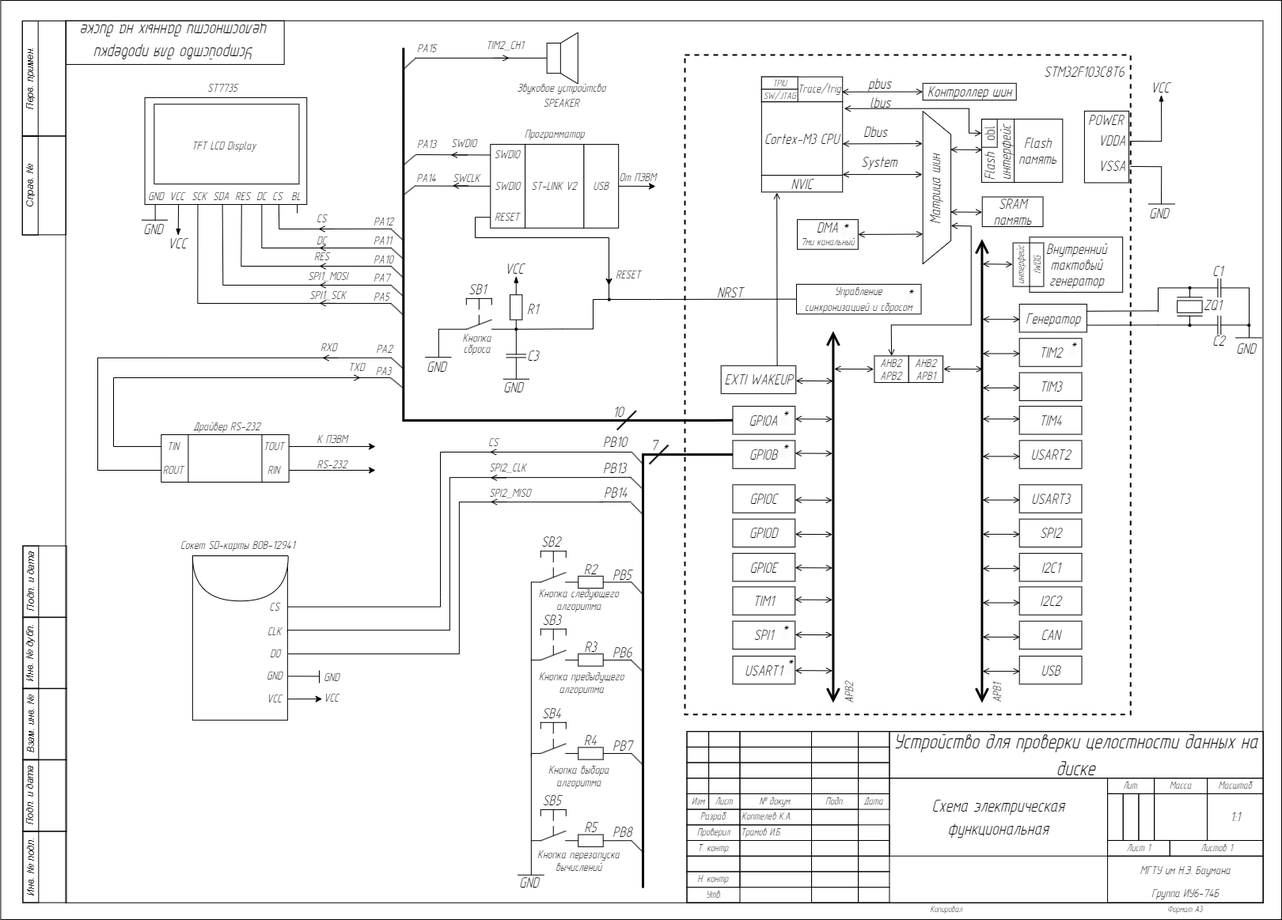
The draw.io diagram scheme/image/functional_scheme.drawio.png in kiryuha21/KoptelevKA.ICS6-74B.2023, before a commit. Source tidied: cells renumbered, new cells last; positions are measured from the earlier drawing's top-left corner, leaving out a move shared by most shapes.
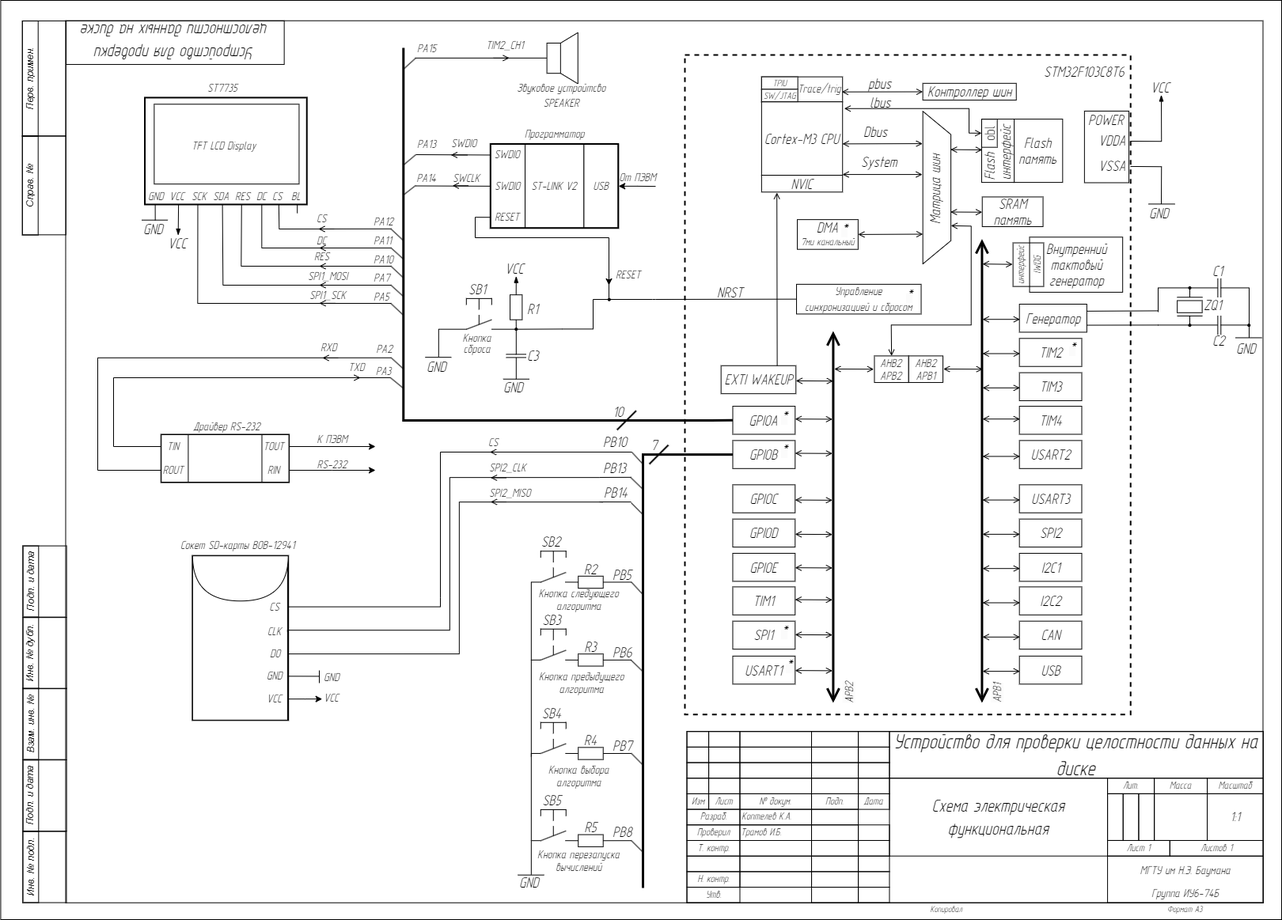
The same diagram one commit later.

What changed in the source:
```diff
@@ -383,7 +383,7 @@
     <mxCell id="108" style="group;" parent="1" vertex="1">
       <mxGeometry x="197.8" y="99.1" width="218.2" height="158.9" as="geometry" />
     </mxCell>
-    <mxCell id="109" style="rounded=0;whiteSpace=wrap;html=1;" parent="108" vertex="1">
+    <mxCell id="109" style="rounded=0;whiteSpace=wrap;html=1;strokeWidth=2;" parent="108" vertex="1">
       <mxGeometry x="19.7" y="23.8" width="204.7" height="135.1" as="geometry" />
     </mxCell>
     <mxCell id="110" value="&lt;div style=&quot;text-align: center;&quot;&gt;&lt;font face=&quot;GOSTRUS Type A&quot;&gt;&lt;span style=&quot;font-size: 16px;&quot;&gt;GND&lt;/span&gt;&lt;/font&gt;&lt;/div&gt;" style="text;whiteSpace=wrap;html=1;fontStyle=2;" parent="108" vertex="1">
@@ -1700,7 +1700,7 @@
       <mxGeometry x="996.9" y="112.4" width="45.8" height="15.7" as="geometry" />
     </mxCell>
     <mxCell id="390" style="group;" parent="1" vertex="1">
-      <mxGeometry x="650.4" y="157.8" width="212.6" height="129.9" as="geometry" />
+      <mxGeometry x="650.4" y="157.8" width="212.6" height="142.9" as="geometry" />
     </mxCell>
     <mxCell id="391" value="Программатор" style="text;html=1;strokeColor=none;fillColor=none;align=center;verticalAlign=middle;whiteSpace=wrap;rounded=0;fontFamily=GOSTRUS Type A;fontStyle=2;fontSize=16;" parent="390" vertex="1">
       <mxGeometry x="43.4" width="83" height="21.7" as="geometry" />
@@ -1720,7 +1720,7 @@
     <mxCell id="396" value="RESET" style="text;html=1;strokeColor=none;fillColor=none;align=center;verticalAlign=middle;whiteSpace=wrap;rounded=0;fontFamily=GOSTRUS Type A;fontStyle=2;fontSize=16;" parent="390" vertex="1">
       <mxGeometry x="3.9" y="102.9" width="43.3" height="27.1" as="geometry" />
     </mxCell>
-    <mxCell id="397" value="От ПЭВМ" style="edgeStyle=orthogonalEdgeStyle;rounded=0;jettySize=auto;html=1;exitX=1;exitY=0.5;exitDx=0;exitDy=0;fontFamily=GOSTRUS Type A;fontStyle=2;fontSize=16;labelBackgroundColor=none;" parent="390" edge="1" source="398">
+    <mxCell id="397" value="От ПЭВМ" style="edgeStyle=orthogonalEdgeStyle;rounded=0;jettySize=auto;html=1;exitX=1;exitY=0.5;exitDx=0;exitDy=0;fontFamily=GOSTRUS Type A;fontStyle=2;fontSize=16;labelBackgroundColor=none;startArrow=classic;startFill=1;endArrow=none;endFill=0;" parent="390" edge="1" source="398">
       <mxGeometry x="-0.01" y="-10" relative="1" as="geometry">
         <mxPoint x="212.6" y="77.3" as="targetPoint" />
         <mxPoint x="10" y="-10" as="offset" />
@@ -1729,6 +1729,9 @@
     <mxCell id="398" value="USB" style="rounded=0;whiteSpace=wrap;html=1;fontFamily=GOSTRUS Type A;fontStyle=2;fontSize=16;" parent="390" vertex="1">
       <mxGeometry x="122" y="24.1" width="43.8" height="105.8" as="geometry" />
     </mxCell>
+    <mxCell id="426" style="rounded=0;whiteSpace=wrap;html=1;strokeWidth=2;fillColor=none;" parent="390" vertex="1">
+      <mxGeometry x="3.9" y="23.6" width="161.4" height="106.3" as="geometry" />
+    </mxCell>
     <mxCell id="399" style="endArrow=none;html=1;rounded=0;fontStyle=2;entryX=0;entryY=0.5;entryDx=0;entryDy=0;" parent="1" edge="1" target="394">
       <mxGeometry relative="1" as="geometry">
         <mxPoint x="560" y="195" as="sourcePoint" />
@@ -1749,7 +1752,7 @@
         </Array>
       </mxGeometry>
     </mxCell>
-    <mxCell id="402" style="group;" parent="1" vertex="1">
+    <mxCell id="402" style="group;strokeWidth=2;strokeColor=default;" parent="1" vertex="1">
       <mxGeometry x="238.3" y="549" width="161.3" height="60.1" as="geometry" />
     </mxCell>
     <mxCell id="403" value="RS-232" style="edgeStyle=orthogonalEdgeStyle;rounded=0;jettySize=auto;html=1;exitX=1;exitY=0.75;exitDx=0;exitDy=0;fontSize=16;fontFamily=GOSTRUS Type A;fontStyle=2;labelBackgroundColor=none;" parent="402" edge="1" source="405">
@@ -1781,7 +1784,7 @@
     <mxCell id="410" value="RIN" style="text;html=1;strokeColor=none;fillColor=none;align=center;verticalAlign=middle;whiteSpace=wrap;rounded=0;fontStyle=2;fontSize=16;fontFamily=GOSTRUS Type A;" parent="402" vertex="1">
       <mxGeometry x="127.2" y="30.1" width="31.5" height="30" as="geometry" />
     </mxCell>
-    <mxCell id="411" style="group;" parent="1" vertex="1">
+    <mxCell id="411" style="group;strokeWidth=2;strokeColor=default;perimeterSpacing=0;" parent="1" vertex="1">
       <mxGeometry x="277.9" y="702.1" width="120.8" height="207.7" as="geometry" />
     </mxCell>
     <mxCell id="412" style="rounded=0;whiteSpace=wrap;html=1;" parent="411" vertex="1">
```
